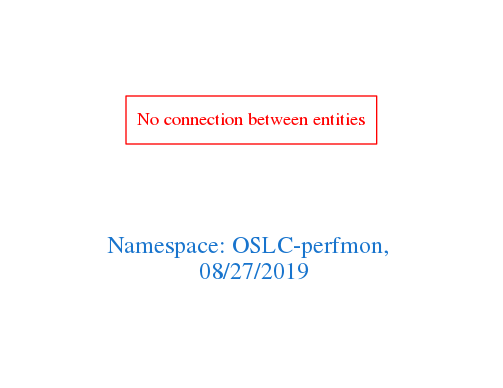
arago/OGIT keeps this Graphviz diagram as downloads/OSLC-perfmon.png. Above is the earlier version. Its source is kept beside it as downloads/OSLC-perfmon.dot.
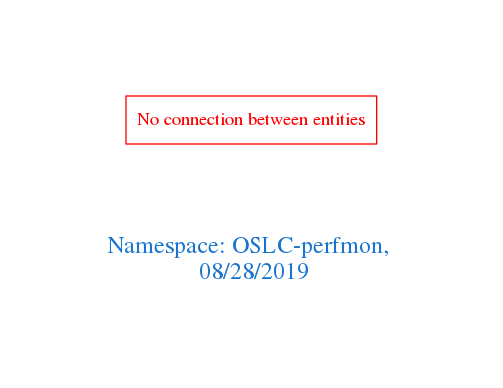
The same file after the commit.

What changed in the source:
```diff
@@ -1,7 +1,7 @@
 digraph OGIT_ontology {
  graph [ rankdir= LR,pad=1
 fontsize = 18,
-fontcolor= dodgerblue3,label = "\n\n\nNamespace: OSLC-perfmon, \n 08/27/2019"];
+fontcolor= dodgerblue3,label = "\n\n\nNamespace: OSLC-perfmon, \n 08/28/2019"];
 node[shape=polygon];
 edge [  color="gray81"];
 
```
